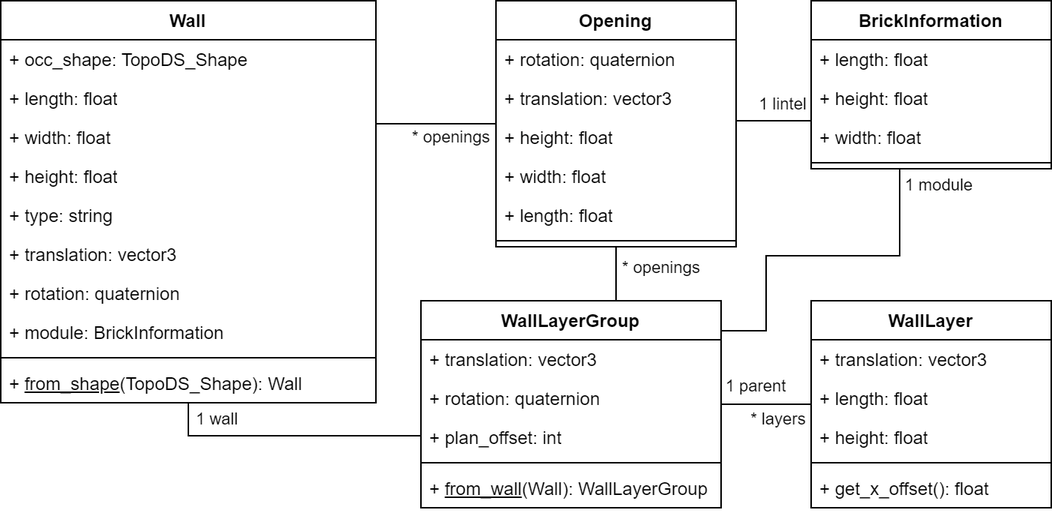
rossizero/masterarbeit keeps this draw.io diagram as txt/fig/klassendiagramm_apply_module.drawio.png. Above is the earlier version. Source tidied: cells renumbered, new cells last; positions are measured from the earlier drawing's top-left corner, leaving out a move shared by most shapes.
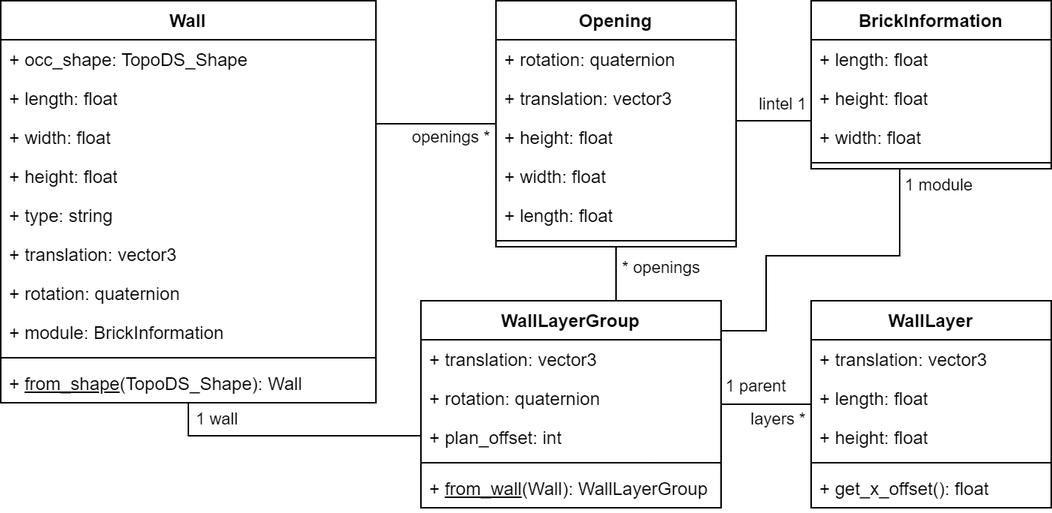
Later version of the same file.

Change to the diagram source:
```diff
@@ -103,7 +103,7 @@
         </Array>
       </mxGeometry>
     </mxCell>
-    <mxCell id="30" value="1 lintel" style="edgeLabel;html=1;align=center;verticalAlign=middle;" parent="29" vertex="1">
+    <mxCell id="30" value="lintel 1" style="edgeLabel;html=1;align=center;verticalAlign=middle;" parent="29" vertex="1">
       <mxGeometry x="0.58" y="1" relative="1" as="geometry">
         <mxPoint x="-9" y="-10" as="offset" />
       </mxGeometry>
@@ -147,7 +147,7 @@
     <mxCell id="43" style="edgeStyle=orthogonalEdgeStyle;rounded=0;jettySize=auto;html=1;endArrow=none;endFill=0;" parent="1" edge="1" source="17" target="23">
       <mxGeometry relative="1" as="geometry" />
     </mxCell>
-    <mxCell id="44" value="* layers" style="edgeLabel;html=1;align=center;verticalAlign=middle;" parent="43" vertex="1">
+    <mxCell id="44" value="layers *" style="edgeLabel;html=1;align=center;verticalAlign=middle;" parent="43" vertex="1">
       <mxGeometry x="-0.91" relative="1" as="geometry">
         <mxPoint x="35" y="10" as="offset" />
       </mxGeometry>
@@ -165,7 +165,7 @@
         </Array>
       </mxGeometry>
     </mxCell>
-    <mxCell id="47" value="* openings" style="edgeLabel;html=1;align=center;verticalAlign=middle;" parent="46" vertex="1">
+    <mxCell id="47" value="openings *" style="edgeLabel;html=1;align=center;verticalAlign=middle;" parent="46" vertex="1">
       <mxGeometry x="-0.79" y="1" relative="1" as="geometry">
         <mxPoint x="41" y="10" as="offset" />
       </mxGeometry>
```
